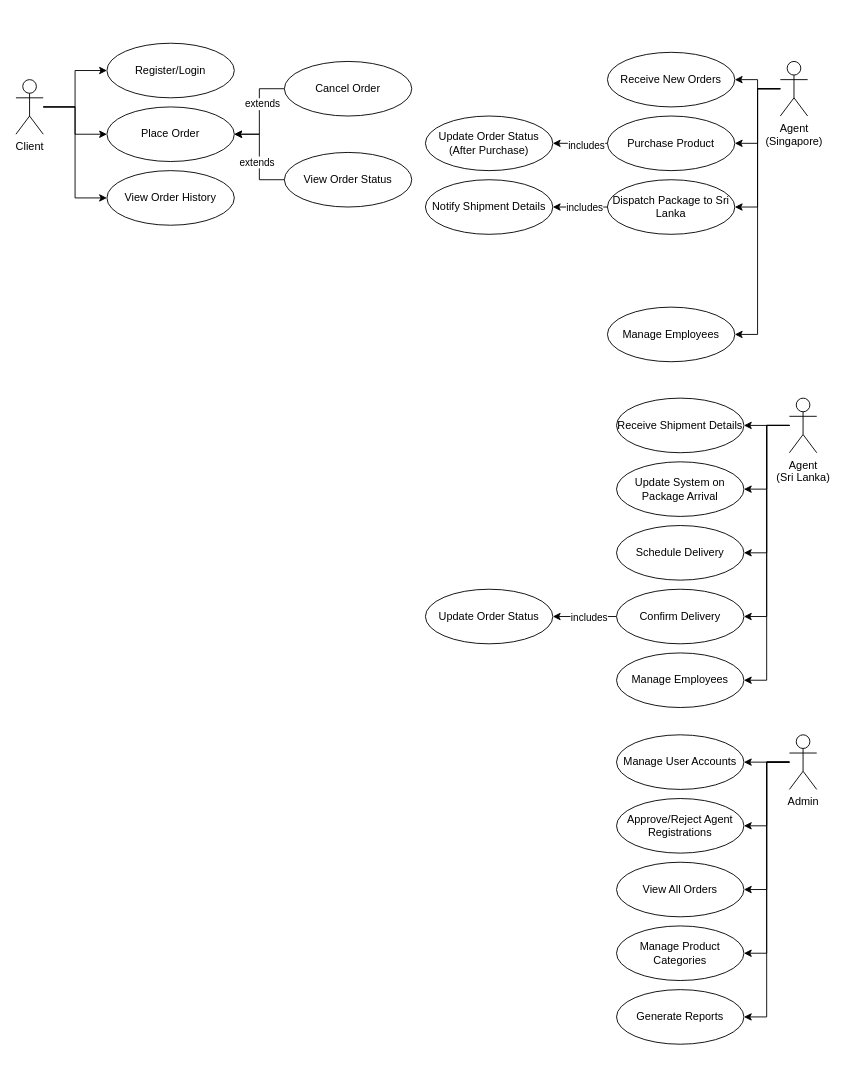
Earlier version of the draw.io diagram diagrams/Usecase.drawio (K-M-Shehan/software-design-docs). Source tidied: cells renumbered, new cells numbered last; positions are measured from the earlier drawing's top-left corner, leaving out a move shared by most shapes. Both pictures are drawn from the tidied source at 91%, with x=0, y=0 at pixel (15, 43).
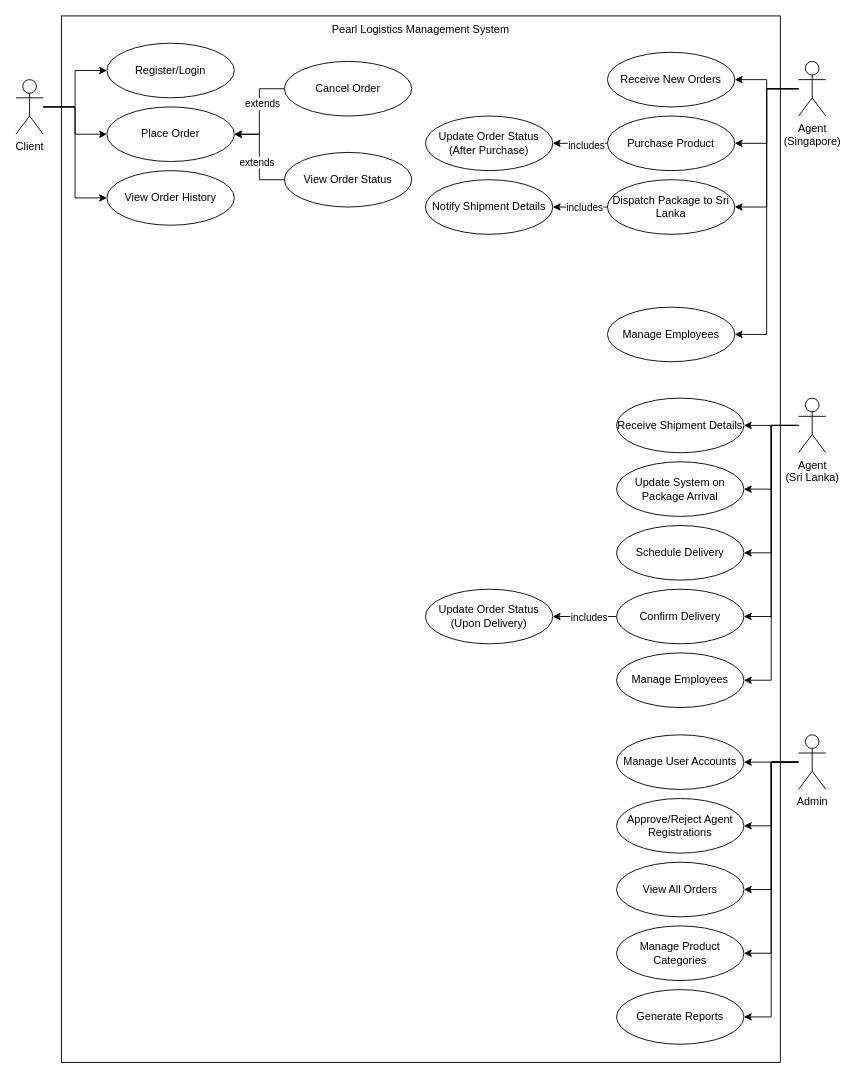
The same diagram, later.

Diff of the diagram source:
```diff
@@
     <mxCell id="7" value="Admin" style="shape=umlActor;verticalLabelPosition=bottom;verticalAlign=top;html=1;" parent="1" vertex="1">
-      <mxGeometry x="850" y="760" width="30" height="60" as="geometry" />
+      <mxGeometry x="860" y="760" width="30" height="60" as="geometry" />
     </mxCell>
@@
     <mxCell id="13" value="&lt;div&gt;Agent&lt;/div&gt;&lt;div&gt;(Sri Lanka)&lt;/div&gt;" style="shape=umlActor;verticalLabelPosition=bottom;verticalAlign=top;html=1;" parent="1" vertex="1">
-      <mxGeometry x="850" y="390" width="30" height="60" as="geometry" />
+      <mxGeometry x="860" y="390" width="30" height="60" as="geometry" />
     </mxCell>
@@
     <mxCell id="18" value="&lt;div&gt;Agent&lt;/div&gt;&lt;div&gt;(Singapore)&lt;/div&gt;" style="shape=umlActor;verticalLabelPosition=bottom;verticalAlign=top;html=1;" parent="1" vertex="1">
-      <mxGeometry x="840" y="20" width="30" height="60" as="geometry" />
+      <mxGeometry x="860" y="20" width="30" height="60" as="geometry" />
     </mxCell>
@@
-    <mxCell id="43" value="Update Order Status" style="ellipse;whiteSpace=wrap;html=1;" parent="1" vertex="1">
+    <mxCell id="43" value="&lt;div&gt;Update Order Status&lt;/div&gt;&lt;div&gt;(Upon Delivery)&lt;/div&gt;" style="ellipse;whiteSpace=wrap;html=1;" parent="1" vertex="1">
       <mxGeometry x="450" y="600" width="140" height="60" as="geometry" />
     </mxCell>
@@
+    <mxCell id="55" style="rounded=0;whiteSpace=wrap;html=1;fillColor=none;" parent="1" vertex="1">
+      <mxGeometry x="50" y="-30" width="790" height="1150" as="geometry" />
+    </mxCell>
+    <mxCell id="56" value="Pearl Logistics Management System" style="text;html=1;align=center;verticalAlign=middle;whiteSpace=wrap;rounded=0;" parent="1" vertex="1">
+      <mxGeometry x="345" y="-30" width="200" height="30" as="geometry" />
+    </mxCell>
```
